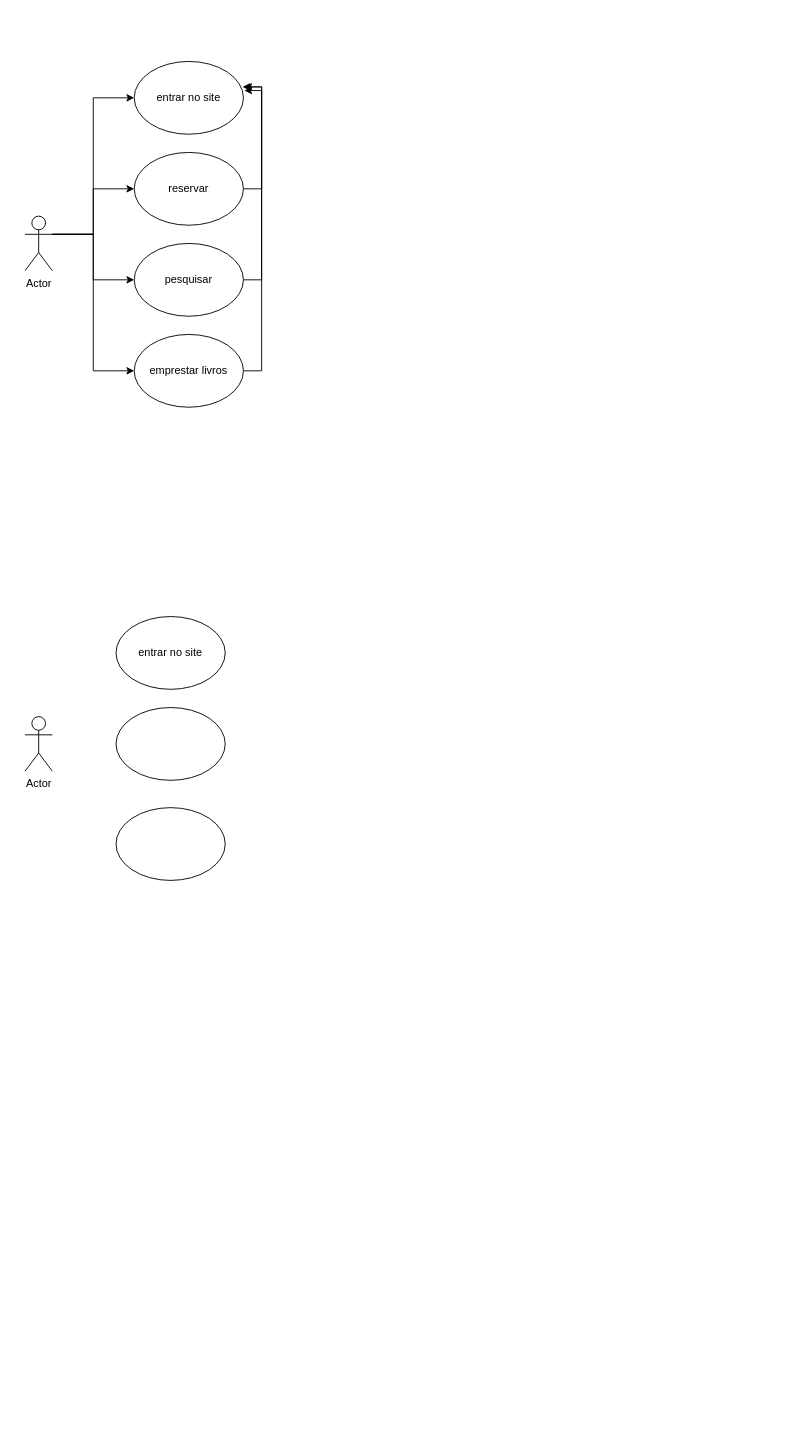
This is Diagrama sem nome.drawio from VTS2/boot, a draw.io file, before an edit. Source tidied: cells renumbered, new cells numbered last; positions are measured from the earlier drawing's top-left corner, leaving out a move shared by most shapes. Both pictures are drawn from the tidied source at 91%, with x=0, y=0 at pixel (25, 61).
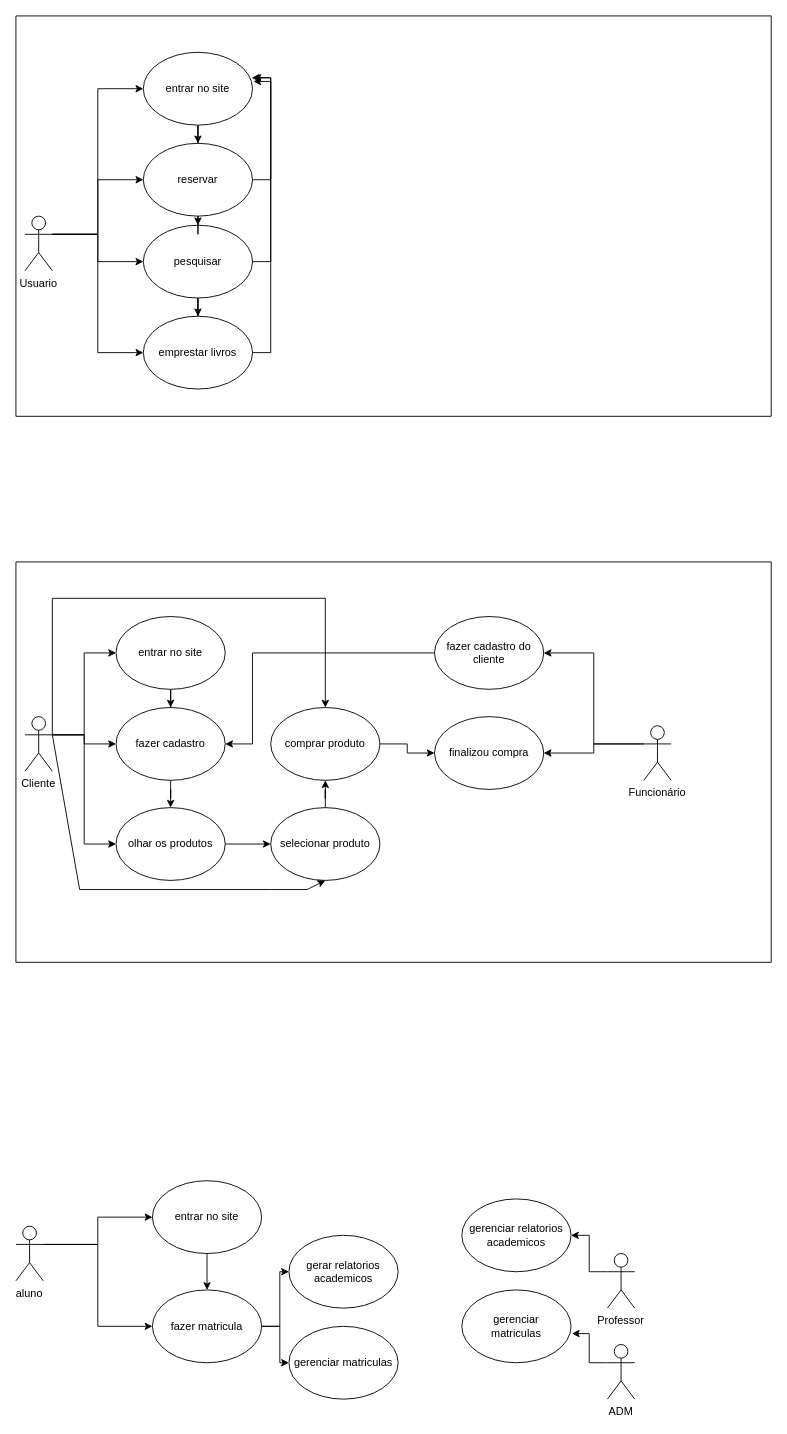
The same diagram, later.

Unchanged cells that the change refers to:
```xml
<mxCell id="15" value="entrar no site" style="ellipse;whiteSpace=wrap;html=1;" parent="1" vertex="1">
  <mxGeometry x="100" y="610" width="120" height="80" as="geometry" />
</mxCell>
```

What changed in the source:
```diff
@@
-    <mxCell id="6" value="Actor" style="shape=umlActor;verticalLabelPosition=bottom;verticalAlign=top;html=1;outlineConnect=0;" parent="1" vertex="1">
+    <mxCell id="6" value="Usuario" style="shape=umlActor;verticalLabelPosition=bottom;verticalAlign=top;outlineConnect=0;" parent="1" vertex="1">
       <mxGeometry y="170" width="30" height="60" as="geometry" />
     </mxCell>
@@
+    <mxCell id="18" style="edgeStyle=orthogonalEdgeStyle;rounded=0;jettySize=auto;html=1;" parent="1" edge="1" source="8" target="12">
+      <mxGeometry relative="1" as="geometry" />
+    </mxCell>
     <mxCell id="8" value="pesquisar" style="ellipse;whiteSpace=wrap;html=1;" parent="1" vertex="1">
-      <mxGeometry x="120" y="200" width="120" height="80" as="geometry" />
+      <mxGeometry x="130" y="180" width="120" height="80" as="geometry" />
     </mxCell>
@@
+    <mxCell id="19" style="edgeStyle=orthogonalEdgeStyle;rounded=0;jettySize=auto;html=1;" parent="1" edge="1" source="10" target="8">
+      <mxGeometry relative="1" as="geometry" />
+    </mxCell>
     <mxCell id="10" value="reservar" style="ellipse;whiteSpace=wrap;html=1;" parent="1" vertex="1">
-      <mxGeometry x="120" y="100" width="120" height="80" as="geometry" />
+      <mxGeometry x="130" y="90" width="120" height="80" as="geometry" />
     </mxCell>
@@
     <mxCell id="12" value="emprestar livros" style="ellipse;whiteSpace=wrap;html=1;" parent="1" vertex="1">
-      <mxGeometry x="120" y="300" width="120" height="80" as="geometry" />
+      <mxGeometry x="130" y="280" width="120" height="80" as="geometry" />
     </mxCell>
+    <mxCell id="20" style="edgeStyle=orthogonalEdgeStyle;rounded=0;jettySize=auto;html=1;" parent="1" edge="1" source="13" target="10">
+      <mxGeometry relative="1" as="geometry" />
+    </mxCell>
     <mxCell id="13" value="entrar no site" style="ellipse;whiteSpace=wrap;html=1;" parent="1" vertex="1">
-      <mxGeometry x="120" width="120" height="80" as="geometry" />
+      <mxGeometry x="130" y="-10" width="120" height="80" as="geometry" />
     </mxCell>
+    <mxCell id="21" style="edgeStyle=orthogonalEdgeStyle;rounded=0;jettySize=auto;html=1;exitX=1;exitY=0.3333333333333333;exitDx=0;exitDy=0;exitPerimeter=0;entryX=0;entryY=0.5;entryDx=0;entryDy=0;" parent="1" edge="1" source="14" target="16">
+      <mxGeometry relative="1" as="geometry" />
+    </mxCell>
+    <mxCell id="22" style="edgeStyle=orthogonalEdgeStyle;rounded=0;jettySize=auto;html=1;exitX=1;exitY=0.3333333333333333;exitDx=0;exitDy=0;exitPerimeter=0;entryX=0;entryY=0.5;entryDx=0;entryDy=0;" parent="1" edge="1" source="14" target="15">
+      <mxGeometry relative="1" as="geometry" />
+    </mxCell>
+    <mxCell id="23" style="edgeStyle=orthogonalEdgeStyle;rounded=0;jettySize=auto;html=1;exitX=1;exitY=0.3333333333333333;exitDx=0;exitDy=0;exitPerimeter=0;entryX=0;entryY=0.5;entryDx=0;entryDy=0;" parent="1" edge="1" source="14" target="17">
+      <mxGeometry relative="1" as="geometry" />
+    </mxCell>
-    <mxCell id="14" value="Actor" style="shape=umlActor;verticalLabelPosition=bottom;verticalAlign=top;html=1;outlineConnect=0;" parent="1" vertex="1">
+    <mxCell id="14" value="Cliente" style="shape=umlActor;verticalLabelPosition=bottom;verticalAlign=top;outlineConnect=0;" parent="1" vertex="1">
       <mxGeometry y="720" width="30" height="60" as="geometry" />
     </mxCell>
+    <mxCell id="24" style="edgeStyle=orthogonalEdgeStyle;rounded=0;jettySize=auto;html=1;" parent="1" edge="1" source="15" target="16">
+      <mxGeometry relative="1" as="geometry" />
+    </mxCell>
@@
+    <mxCell id="25" style="edgeStyle=orthogonalEdgeStyle;rounded=0;jettySize=auto;html=1;" parent="1" edge="1" source="16" target="17">
+      <mxGeometry relative="1" as="geometry" />
+    </mxCell>
-    <mxCell id="16" style="ellipse;whiteSpace=wrap;html=1;" parent="1" vertex="1">
+    <mxCell id="16" value="fazer cadastro" style="ellipse;whiteSpace=wrap;html=1;" parent="1" vertex="1">
       <mxGeometry x="100" y="710" width="120" height="80" as="geometry" />
     </mxCell>
+    <mxCell id="26" style="edgeStyle=orthogonalEdgeStyle;rounded=0;jettySize=auto;html=1;" parent="1" edge="1" source="17" target="28">
+      <mxGeometry relative="1" as="geometry" />
+    </mxCell>
-    <mxCell id="17" style="ellipse;whiteSpace=wrap;html=1;" parent="1" vertex="1">
+    <mxCell id="17" value="olhar os produtos" style="ellipse;whiteSpace=wrap;html=1;" parent="1" vertex="1">
       <mxGeometry x="100" y="820" width="120" height="80" as="geometry" />
     </mxCell>
+    <mxCell id="27" style="edgeStyle=orthogonalEdgeStyle;rounded=0;jettySize=auto;html=1;" parent="1" edge="1" source="28" target="31">
+      <mxGeometry relative="1" as="geometry" />
+    </mxCell>
+    <mxCell id="28" value="selecionar produto" style="ellipse;whiteSpace=wrap;html=1;" parent="1" vertex="1">
+      <mxGeometry x="270" y="820" width="120" height="80" as="geometry" />
+    </mxCell>
+    <mxCell id="29" value="finalizou compra" style="ellipse;whiteSpace=wrap;html=1;" parent="1" vertex="1">
+      <mxGeometry x="450" y="720" width="120" height="80" as="geometry" />
+    </mxCell>
+    <mxCell id="30" style="edgeStyle=orthogonalEdgeStyle;rounded=0;jettySize=auto;html=1;" parent="1" edge="1" source="31" target="29">
+      <mxGeometry relative="1" as="geometry" />
+    </mxCell>
+    <mxCell id="31" value="comprar produto" style="ellipse;whiteSpace=wrap;html=1;" parent="1" vertex="1">
+      <mxGeometry x="270" y="710" width="120" height="80" as="geometry" />
+    </mxCell>
+    <mxCell id="32" style="edgeStyle=orthogonalEdgeStyle;rounded=0;jettySize=auto;html=1;exitX=0;exitY=0.5;exitDx=0;exitDy=0;entryX=1;entryY=0.5;entryDx=0;entryDy=0;" parent="1" edge="1" source="33" target="16">
+      <mxGeometry relative="1" as="geometry">
+        <Array as="points">
+          <mxPoint x="250" y="650" />
+          <mxPoint x="250" y="750" />
+        </Array>
+      </mxGeometry>
+    </mxCell>
+    <mxCell id="33" value="fazer cadastro do&lt;br&gt;cliente" style="ellipse;whiteSpace=wrap;html=1;" parent="1" vertex="1">
+      <mxGeometry x="450" y="610" width="120" height="80" as="geometry" />
+    </mxCell>
+    <mxCell id="34" style="edgeStyle=orthogonalEdgeStyle;rounded=0;jettySize=auto;html=1;exitX=0;exitY=0.3333333333333333;exitDx=0;exitDy=0;exitPerimeter=0;entryX=1;entryY=0.5;entryDx=0;entryDy=0;" parent="1" edge="1" source="39" target="33">
+      <mxGeometry relative="1" as="geometry" />
+    </mxCell>
+    <mxCell id="35" style="edgeStyle=orthogonalEdgeStyle;rounded=0;jettySize=auto;html=1;exitX=0;exitY=0.3333333333333333;exitDx=0;exitDy=0;exitPerimeter=0;entryX=1;entryY=0.5;entryDx=0;entryDy=0;" parent="1" edge="1" source="39" target="29">
+      <mxGeometry relative="1" as="geometry" />
+    </mxCell>
+    <mxCell id="36" style="endArrow=classic;html=1;rounded=0;entryX=0.5;entryY=0;entryDx=0;entryDy=0;exitX=1;exitY=0.3333333333333333;exitDx=0;exitDy=0;exitPerimeter=0;" parent="1" edge="1" source="14" target="31">
+      <mxGeometry relative="1" as="geometry">
+        <Array as="points">
+          <mxPoint x="30" y="590" />
+          <mxPoint x="330" y="590" />
+        </Array>
+      </mxGeometry>
+    </mxCell>
+    <mxCell id="37" style="endArrow=classic;html=1;rounded=0;entryX=0.5;entryY=1;entryDx=0;entryDy=0;exitX=1;exitY=0.3333333333333333;exitDx=0;exitDy=0;exitPerimeter=0;" parent="1" edge="1" source="14" target="28">
+      <mxGeometry relative="1" as="geometry">
+        <Array as="points">
+          <mxPoint x="60" y="910" />
+          <mxPoint x="200" y="910" />
+          <mxPoint x="270" y="910" />
+          <mxPoint x="310" y="910" />
+        </Array>
+      </mxGeometry>
+    </mxCell>
+    <mxCell id="38" style="swimlane;startSize=0;" parent="1" vertex="1">
+      <mxGeometry x="-10" y="550" width="830" height="440" as="geometry" />
+    </mxCell>
+    <mxCell id="39" value="Funcionário" style="shape=umlActor;verticalLabelPosition=bottom;verticalAlign=top;outlineConnect=0;" parent="38" vertex="1">
+      <mxGeometry x="690" y="180" width="30" height="60" as="geometry" />
+    </mxCell>
+    <mxCell id="40" style="swimlane;startSize=0;" parent="1" vertex="1">
+      <mxGeometry x="-10" y="-50" width="830" height="440" as="geometry" />
+    </mxCell>
+    <mxCell id="41" style="edgeStyle=orthogonalEdgeStyle;rounded=0;jettySize=auto;html=1;exitX=1;exitY=0.3333333333333333;exitDx=0;exitDy=0;exitPerimeter=0;" parent="1" edge="1" source="43" target="45">
+      <mxGeometry relative="1" as="geometry" />
+    </mxCell>
+    <mxCell id="42" style="edgeStyle=orthogonalEdgeStyle;rounded=0;jettySize=auto;html=1;exitX=1;exitY=0.3333333333333333;exitDx=0;exitDy=0;exitPerimeter=0;entryX=0;entryY=0.5;entryDx=0;entryDy=0;" parent="1" edge="1" source="43" target="48">
+      <mxGeometry relative="1" as="geometry" />
+    </mxCell>
+    <mxCell id="43" value="aluno" style="shape=umlActor;verticalLabelPosition=bottom;verticalAlign=top;outlineConnect=0;" parent="1" vertex="1">
+      <mxGeometry x="-10" y="1280" width="30" height="60" as="geometry" />
+    </mxCell>
+    <mxCell id="44" style="edgeStyle=orthogonalEdgeStyle;rounded=0;jettySize=auto;html=1;" parent="1" edge="1" source="45" target="48">
+      <mxGeometry relative="1" as="geometry" />
+    </mxCell>
+    <mxCell id="45" value="entrar no site" style="ellipse;whiteSpace=wrap;html=1;" parent="1" vertex="1">
+      <mxGeometry x="140" y="1230" width="120" height="80" as="geometry" />
+    </mxCell>
+    <mxCell id="46" style="edgeStyle=orthogonalEdgeStyle;rounded=0;jettySize=auto;html=1;" parent="1" edge="1" source="48" target="54">
+      <mxGeometry relative="1" as="geometry" />
+    </mxCell>
+    <mxCell id="47" style="edgeStyle=orthogonalEdgeStyle;rounded=0;jettySize=auto;html=1;exitX=1;exitY=0.5;exitDx=0;exitDy=0;entryX=0;entryY=0.5;entryDx=0;entryDy=0;" parent="1" edge="1" source="48" target="53">
+      <mxGeometry relative="1" as="geometry" />
+    </mxCell>
+    <mxCell id="48" value="fazer matricula" style="ellipse;whiteSpace=wrap;html=1;" parent="1" vertex="1">
+      <mxGeometry x="140" y="1350" width="120" height="80" as="geometry" />
+    </mxCell>
+    <mxCell id="49" style="edgeStyle=orthogonalEdgeStyle;rounded=0;jettySize=auto;html=1;exitX=0;exitY=0.3333333333333333;exitDx=0;exitDy=0;exitPerimeter=0;entryX=1.008;entryY=0.6;entryDx=0;entryDy=0;entryPerimeter=0;" parent="1" edge="1" source="50" target="56">
+      <mxGeometry relative="1" as="geometry" />
+    </mxCell>
+    <mxCell id="50" value="ADM" style="shape=umlActor;verticalLabelPosition=bottom;verticalAlign=top;outlineConnect=0;" parent="1" vertex="1">
+      <mxGeometry x="640" y="1410" width="30" height="60" as="geometry" />
+    </mxCell>
+    <mxCell id="51" style="edgeStyle=orthogonalEdgeStyle;rounded=0;jettySize=auto;html=1;exitX=0;exitY=0.3333333333333333;exitDx=0;exitDy=0;exitPerimeter=0;entryX=1;entryY=0.5;entryDx=0;entryDy=0;" parent="1" edge="1" source="52" target="55">
+      <mxGeometry relative="1" as="geometry" />
+    </mxCell>
+    <mxCell id="52" value="Professor" style="shape=umlActor;verticalLabelPosition=bottom;verticalAlign=top;outlineConnect=0;" parent="1" vertex="1">
+      <mxGeometry x="640" y="1310" width="30" height="60" as="geometry" />
+    </mxCell>
+    <mxCell id="53" value="gerenciar matriculas" style="ellipse;whiteSpace=wrap;html=1;" parent="1" vertex="1">
+      <mxGeometry x="290" y="1390" width="120" height="80" as="geometry" />
+    </mxCell>
+    <mxCell id="54" value="gerar relatorios&lt;br&gt;academicos" style="ellipse;whiteSpace=wrap;html=1;" parent="1" vertex="1">
+      <mxGeometry x="290" y="1290" width="120" height="80" as="geometry" />
+    </mxCell>
+    <mxCell id="55" value="gerenciar relatorios&lt;br style=&quot;border-color: var(--border-color);&quot;&gt;academicos" style="ellipse;whiteSpace=wrap;html=1;" parent="1" vertex="1">
+      <mxGeometry x="480" y="1250" width="120" height="80" as="geometry" />
+    </mxCell>
+    <mxCell id="56" value="gerenciar&lt;br&gt;matriculas" style="ellipse;whiteSpace=wrap;html=1;" parent="1" vertex="1">
+      <mxGeometry x="480" y="1350" width="120" height="80" as="geometry" />
+    </mxCell>
```
